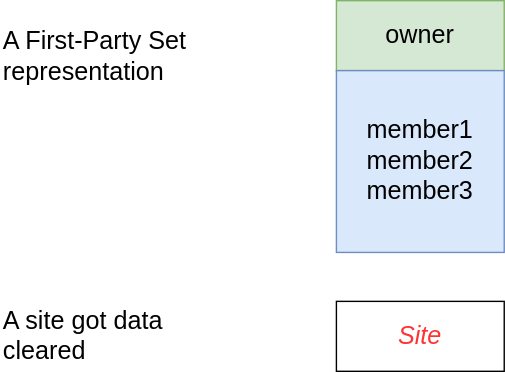
Earlier version of the draw.io export image/FPS_clear_site_data-representation.drawio.svg (WICG/first-party-sets). Source tidied: cells renumbered, new cells last; positions are measured from the earlier drawing's top-left corner, leaving out a move shared by most shapes. Its diagram source:
```xml
<mxGraphModel>
  <root>
    <mxCell id="0" />
    <mxCell id="1" parent="0" />
    <mxCell id="2" value="&lt;font style=&quot;font-size: 18px;&quot;&gt;owner&lt;/font&gt;" style="rounded=0;whiteSpace=wrap;html=1;fontStyle=0;fillColor=#d5e8d4;strokeColor=#82b366;fontSize=18;" parent="1" vertex="1">
      <mxGeometry x="240" width="120" height="50" as="geometry" />
    </mxCell>
    <mxCell id="3" value="&lt;font style=&quot;font-size: 18px;&quot;&gt;&lt;font style=&quot;font-size: 18px;&quot;&gt;member1&lt;br style=&quot;font-size: 18px;&quot;&gt;member2&lt;br style=&quot;font-size: 18px;&quot;&gt;member3&lt;/font&gt;&lt;br style=&quot;font-size: 18px;&quot;&gt;&lt;/font&gt;" style="rounded=0;whiteSpace=wrap;html=1;fontStyle=0;fillColor=#dae8fc;strokeColor=#6c8ebf;fontSize=18;" parent="1" vertex="1">
      <mxGeometry x="240" y="50" width="120" height="130" as="geometry" />
    </mxCell>
    <mxCell id="4" value="&lt;font style=&quot;font-size: 18px;&quot;&gt;A First-Party Set&lt;br style=&quot;font-size: 18px;&quot;&gt;representation&lt;/font&gt;" style="text;html=1;align=left;verticalAlign=middle;fillColor=none;strokeColor=none;rounded=0;fontSize=18;" parent="1" vertex="1">
      <mxGeometry y="15" width="150" height="50" as="geometry" />
    </mxCell>
    <mxCell id="5" value="&lt;span style=&quot;font-size: 18px;&quot;&gt;A site got data&lt;br style=&quot;font-size: 18px;&quot;&gt;cleared&lt;/span&gt;" style="text;html=1;align=left;verticalAlign=middle;fillColor=none;strokeColor=none;rounded=0;fontSize=18;" parent="1" vertex="1">
      <mxGeometry y="215" width="130" height="50" as="geometry" />
    </mxCell>
    <mxCell id="6" value="&lt;font style=&quot;font-size: 18px;&quot; color=&quot;#ff3333&quot;&gt;&lt;i style=&quot;font-size: 18px;&quot;&gt;Site&lt;/i&gt;&lt;/font&gt;" style="rounded=0;whiteSpace=wrap;html=1;fontStyle=0;fillColor=none;fontSize=18;" parent="1" vertex="1">
      <mxGeometry x="240" y="215" width="120" height="50" as="geometry" />
    </mxCell>
  </root>
</mxGraphModel>
```
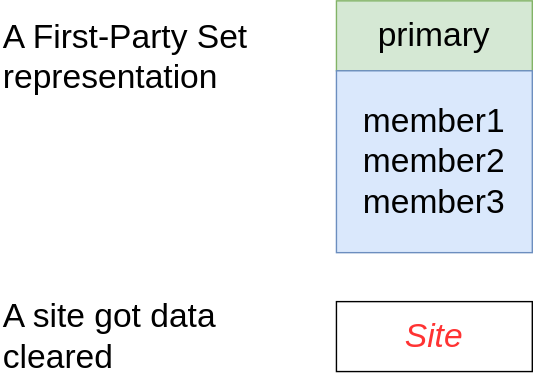
After the change.

Commit message:
Update term "owner" to "primary"

What changed in the source:
```diff
@@ -2,20 +2,20 @@
   <root>
     <mxCell id="0" />
     <mxCell id="1" parent="0" />
-    <mxCell id="2" value="&lt;font style=&quot;font-size: 18px;&quot;&gt;owner&lt;/font&gt;" style="rounded=0;whiteSpace=wrap;html=1;fontStyle=0;fillColor=#d5e8d4;strokeColor=#82b366;fontSize=18;" parent="1" vertex="1">
-      <mxGeometry x="240" width="120" height="50" as="geometry" />
+    <mxCell id="2" value="&lt;font style=&quot;font-size: 24px&quot;&gt;primary&lt;/font&gt;" style="rounded=0;whiteSpace=wrap;html=1;fontStyle=0;fillColor=#d5e8d4;strokeColor=#82b366;" parent="1" vertex="1">
+      <mxGeometry x="240" width="140" height="50" as="geometry" />
     </mxCell>
-    <mxCell id="3" value="&lt;font style=&quot;font-size: 18px;&quot;&gt;&lt;font style=&quot;font-size: 18px;&quot;&gt;member1&lt;br style=&quot;font-size: 18px;&quot;&gt;member2&lt;br style=&quot;font-size: 18px;&quot;&gt;member3&lt;/font&gt;&lt;br style=&quot;font-size: 18px;&quot;&gt;&lt;/font&gt;" style="rounded=0;whiteSpace=wrap;html=1;fontStyle=0;fillColor=#dae8fc;strokeColor=#6c8ebf;fontSize=18;" parent="1" vertex="1">
-      <mxGeometry x="240" y="50" width="120" height="130" as="geometry" />
+    <mxCell id="3" value="&lt;font&gt;&lt;font style=&quot;font-size: 24px&quot;&gt;member1&lt;br&gt;member2&lt;br&gt;member3&lt;/font&gt;&lt;br&gt;&lt;/font&gt;" style="rounded=0;whiteSpace=wrap;html=1;fontStyle=0;fillColor=#dae8fc;strokeColor=#6c8ebf;" parent="1" vertex="1">
+      <mxGeometry x="240" y="50" width="140" height="130" as="geometry" />
     </mxCell>
-    <mxCell id="4" value="&lt;font style=&quot;font-size: 18px;&quot;&gt;A First-Party Set&lt;br style=&quot;font-size: 18px;&quot;&gt;representation&lt;/font&gt;" style="text;html=1;align=left;verticalAlign=middle;fillColor=none;strokeColor=none;rounded=0;fontSize=18;" parent="1" vertex="1">
-      <mxGeometry y="15" width="150" height="50" as="geometry" />
+    <mxCell id="4" value="&lt;font style=&quot;font-size: 24px&quot;&gt;A First-Party Set&lt;br&gt;representation&lt;/font&gt;" style="text;html=1;align=left;verticalAlign=middle;fillColor=none;strokeColor=none;rounded=0;" parent="1" vertex="1">
+      <mxGeometry y="20" width="190" height="40" as="geometry" />
     </mxCell>
-    <mxCell id="5" value="&lt;span style=&quot;font-size: 18px;&quot;&gt;A site got data&lt;br style=&quot;font-size: 18px;&quot;&gt;cleared&lt;/span&gt;" style="text;html=1;align=left;verticalAlign=middle;fillColor=none;strokeColor=none;rounded=0;fontSize=18;" parent="1" vertex="1">
-      <mxGeometry y="215" width="130" height="50" as="geometry" />
+    <mxCell id="5" value="&lt;span style=&quot;font-size: 24px&quot;&gt;A site got data&lt;br&gt;cleared&lt;/span&gt;" style="text;html=1;align=left;verticalAlign=middle;fillColor=none;strokeColor=none;rounded=0;" parent="1" vertex="1">
+      <mxGeometry y="220" width="170" height="40" as="geometry" />
     </mxCell>
-    <mxCell id="6" value="&lt;font style=&quot;font-size: 18px;&quot; color=&quot;#ff3333&quot;&gt;&lt;i style=&quot;font-size: 18px;&quot;&gt;Site&lt;/i&gt;&lt;/font&gt;" style="rounded=0;whiteSpace=wrap;html=1;fontStyle=0;fillColor=none;fontSize=18;" parent="1" vertex="1">
-      <mxGeometry x="240" y="215" width="120" height="50" as="geometry" />
+    <mxCell id="6" value="&lt;font style=&quot;font-size: 24px&quot; color=&quot;#ff3333&quot;&gt;&lt;i&gt;Site&lt;/i&gt;&lt;/font&gt;" style="rounded=0;whiteSpace=wrap;html=1;fontStyle=0;fillColor=none;" parent="1" vertex="1">
+      <mxGeometry x="240" y="215" width="140" height="50" as="geometry" />
     </mxCell>
   </root>
 </mxGraphModel>
```
